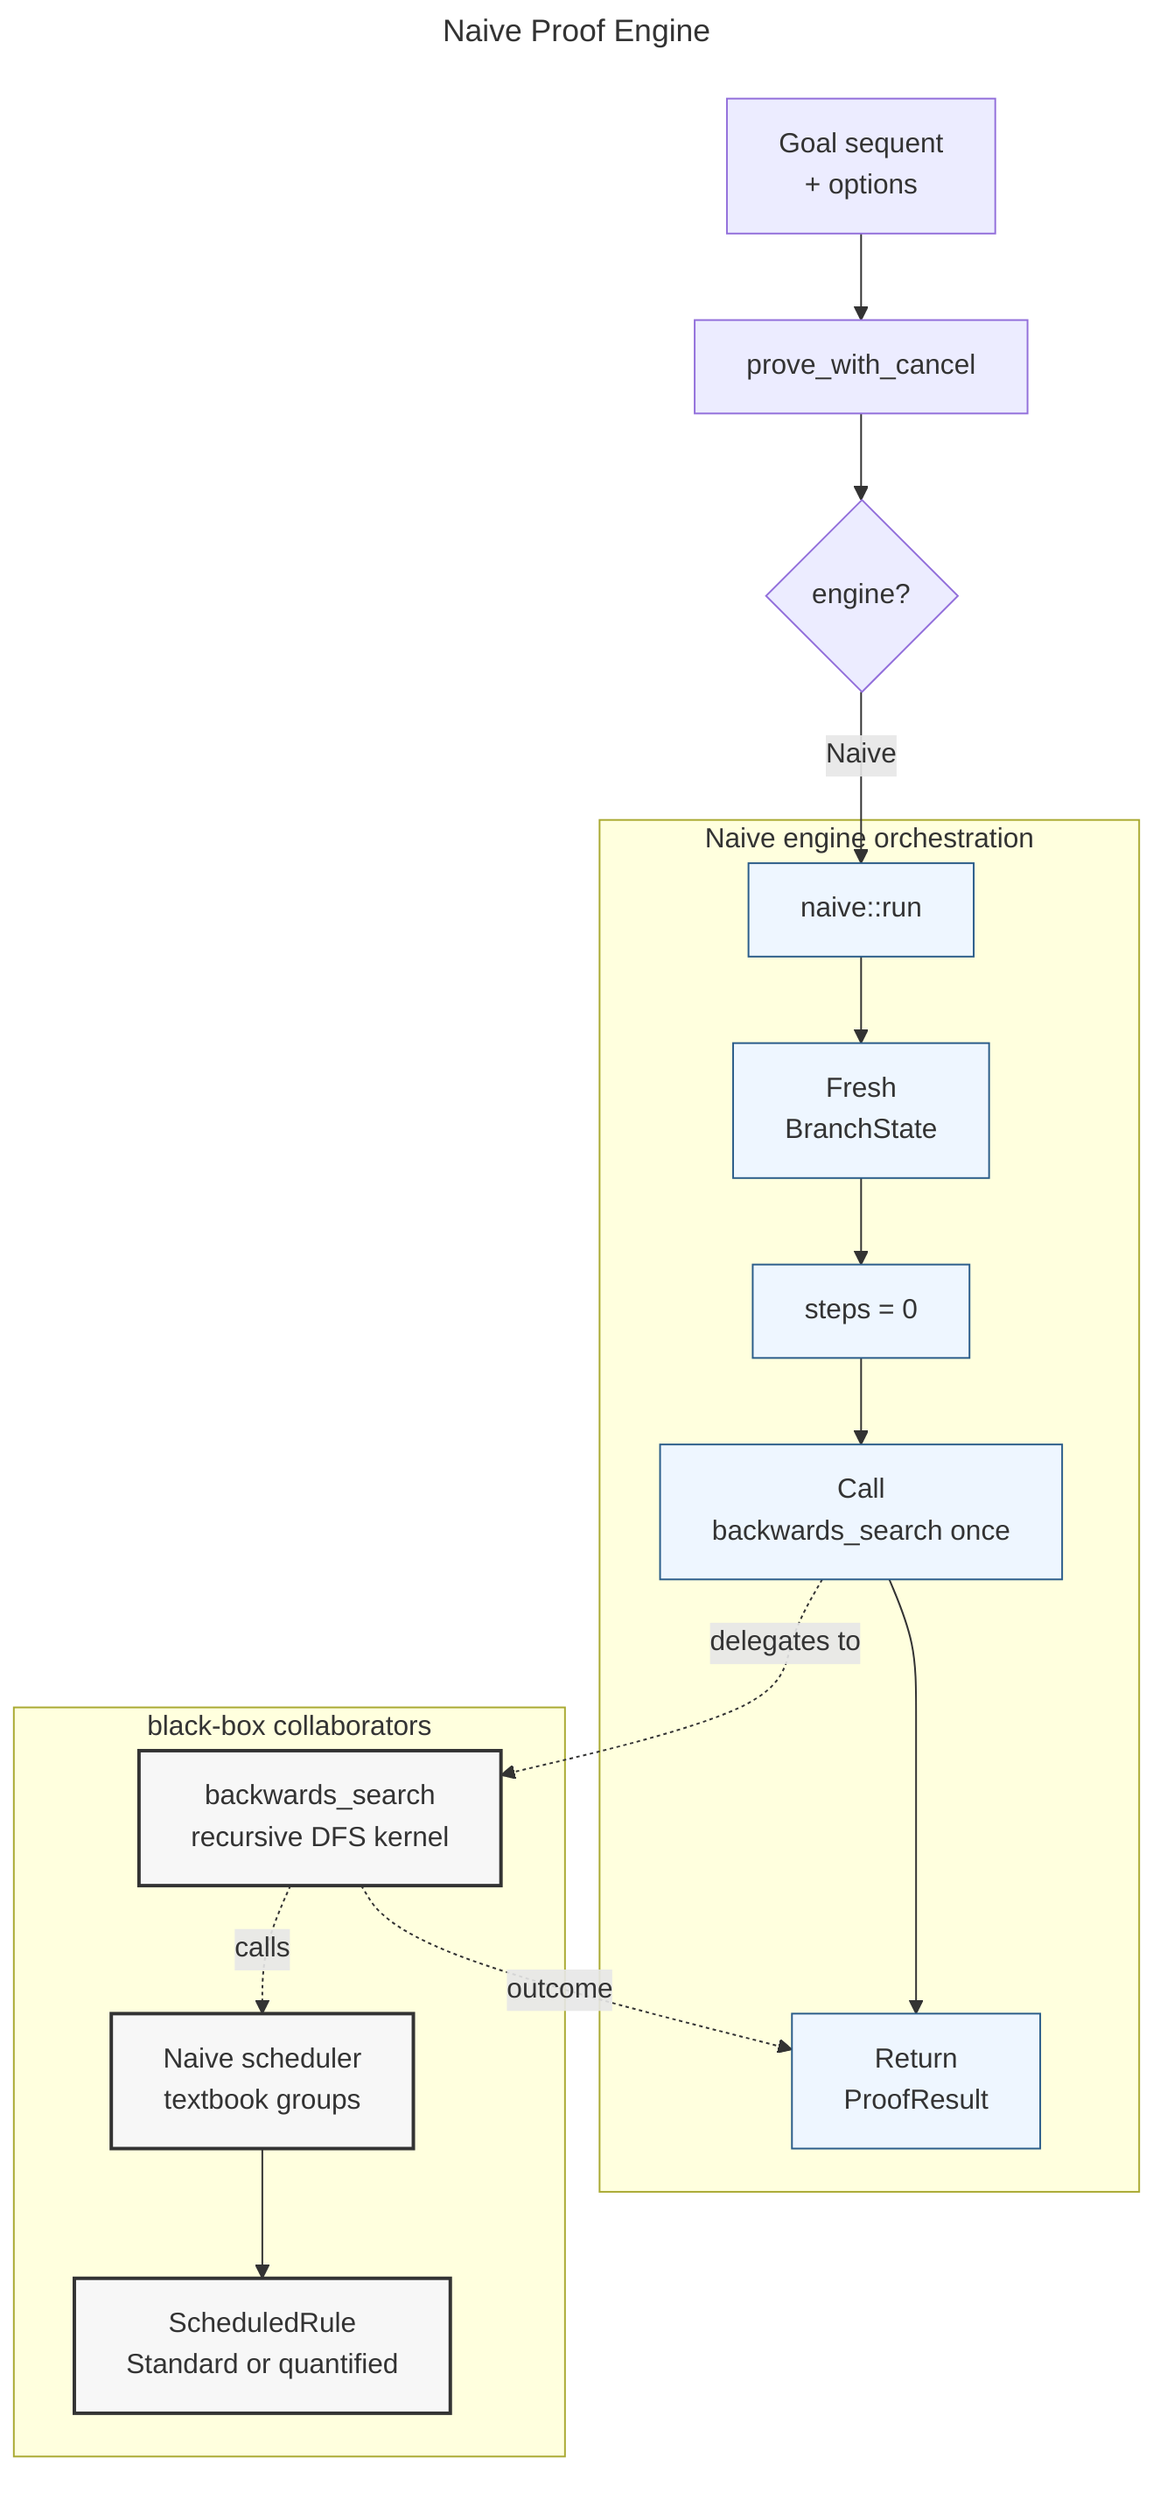
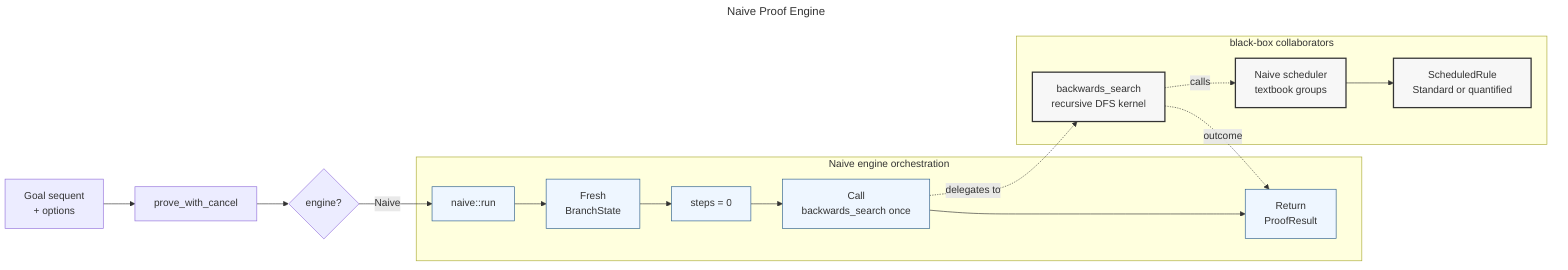
---
title: Naive Proof Engine
---
- flowchart TD
+ flowchart LR
    A["Goal sequent<br/>+ options"] --> B["prove_with_cancel"]
    B --> C{"engine?"}
    C -->|Naive| D["naive::run"]

    subgraph N["Naive engine orchestration"]
        D --> E["Fresh<br/>BranchState"]
        E --> F["steps = 0"]
        F --> G["Call<br/>backwards_search once"]
        G --> H["Return<br/>ProofResult"]
    end

    subgraph K["black-box collaborators"]
        K1["backwards_search<br/>recursive DFS kernel"]
        K2["Naive scheduler<br/>textbook groups"]
        K3["ScheduledRule<br/>Standard or quantified"]
        K2 --> K3
        K1 -. calls .-> K2
    end

    G -. delegates to .-> K1
    K1 -. outcome .-> H

    classDef engine fill:#eef6ff,stroke:#2b5d8a,stroke-width:1px;
    classDef kernel fill:#f7f7f7,stroke:#333,stroke-width:2px;
    class D,E,F,G,H engine;
    class K1,K2,K3 kernel;
